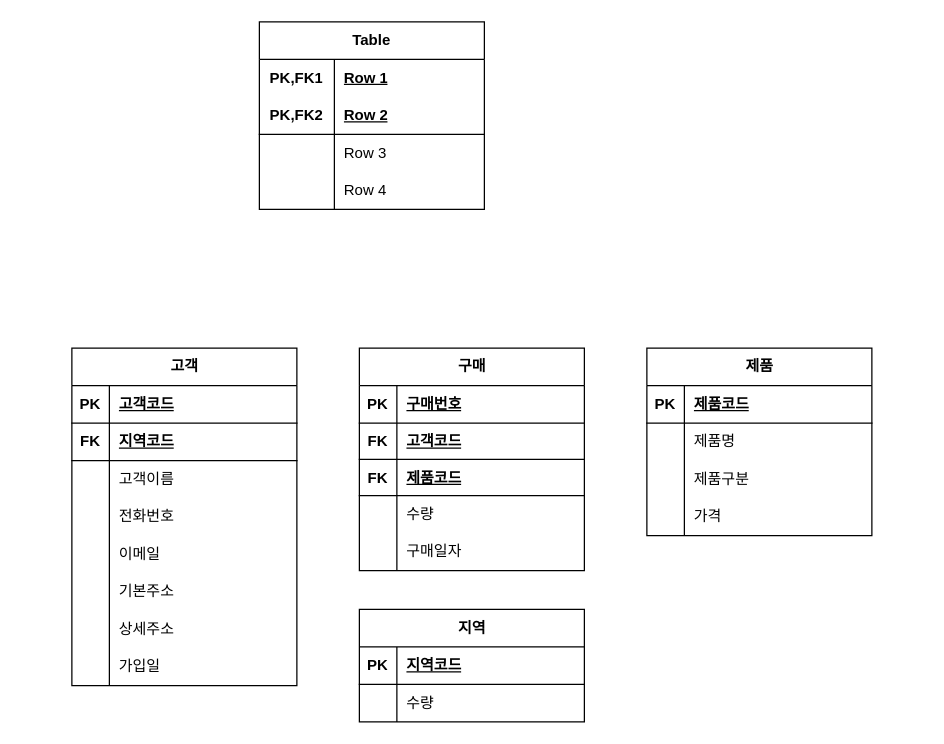
Above: page "페이지-2" (2 of 2) of 제목 없는 다이어그램.drawio in cyberghost1004/erd (draw.io), before the change. Source tidied: cells renumbered, new cells numbered last; positions are measured from the earlier drawing's top-left corner, leaving out a move shared by most shapes. Both pictures are drawn from the tidied source at 125%, with x=0, y=0 at pixel (71, 21).
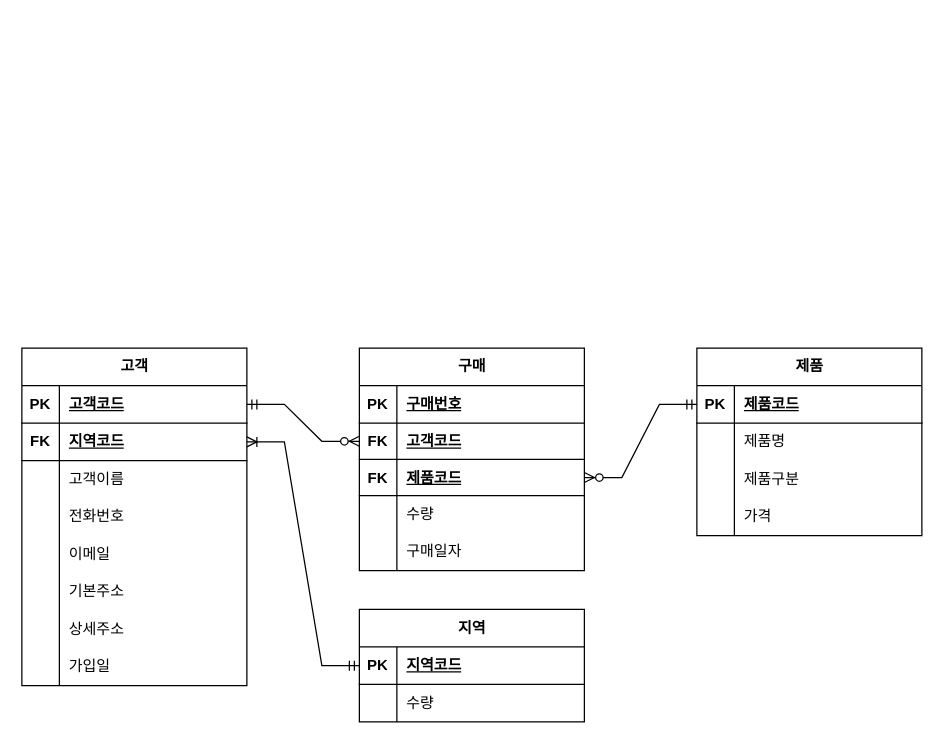
After the change.

Commit message:
제목 없는 다이어그램.drawio 업데이트 RM 3

The change refers to these unchanged cells:
```xml
<mxCell id="3" style="shape=tableRow;horizontal=0;startSize=0;swimlaneHead=0;swimlaneBody=0;fillColor=none;points=[[0,0.5],[1,0.5]];portConstraint=eastwest;top=0;left=0;right=0;bottom=1;strokeColor=default;" parent="2" vertex="1">
  <mxGeometry y="30" width="180" height="30" as="geometry" />
</mxCell>
<mxCell id="6" style="shape=tableRow;horizontal=0;startSize=0;swimlaneHead=0;swimlaneBody=0;fillColor=none;points=[[0,0.5],[1,0.5]];portConstraint=eastwest;top=0;left=0;right=0;bottom=1;" parent="2" vertex="1">
  <mxGeometry y="60" width="180" height="30" as="geometry" />
</mxCell>
<mxCell id="44" style="shape=tableRow;horizontal=0;startSize=0;swimlaneHead=0;swimlaneBody=0;fillColor=none;points=[[0,0.5],[1,0.5]];portConstraint=eastwest;top=0;left=0;right=0;bottom=1;" parent="40" vertex="1">
  <mxGeometry y="60" width="180" height="29" as="geometry" />
</mxCell>
<mxCell id="47" style="shape=tableRow;horizontal=0;startSize=0;swimlaneHead=0;swimlaneBody=0;fillColor=none;points=[[0,0.5],[1,0.5]];portConstraint=eastwest;top=0;left=0;right=0;bottom=1;" parent="40" vertex="1">
  <mxGeometry y="89" width="180" height="29" as="geometry" />
</mxCell>
<mxCell id="57" style="shape=tableRow;horizontal=0;startSize=0;swimlaneHead=0;swimlaneBody=0;fillColor=none;points=[[0,0.5],[1,0.5]];portConstraint=eastwest;top=0;left=0;right=0;bottom=1;" parent="56" vertex="1">
  <mxGeometry y="30" width="180" height="30" as="geometry" />
</mxCell>
<mxCell id="64" style="shape=tableRow;horizontal=0;startSize=0;swimlaneHead=0;swimlaneBody=0;fillColor=none;points=[[0,0.5],[1,0.5]];portConstraint=eastwest;top=0;left=0;right=0;bottom=1;" parent="63" vertex="1">
  <mxGeometry y="30" width="180" height="30" as="geometry" />
</mxCell>
```

Diff of the diagram source:
```diff
@@
     <mxCell id="2" value="고객" style="shape=table;startSize=30;childLayout=tableLayout;rowLines=0;fontStyle=1;align=center;html=1;" parent="1" vertex="1">
-      <mxGeometry y="261" width="180" height="270" as="geometry" />
+      <mxGeometry x="-40" y="261" width="180" height="270" as="geometry" />
     </mxCell>
@@
-    <mxCell id="27" value="Table" style="shape=table;startSize=30;childLayout=tableLayout;rowLines=0;fontStyle=1;align=center;html=1;whiteSpace=wrap;" parent="1" vertex="1">
-      <mxGeometry x="150" width="180" height="150" as="geometry" />
-    </mxCell>
-    <mxCell id="28" style="shape=tableRow;horizontal=0;startSize=0;swimlaneHead=0;swimlaneBody=0;fillColor=none;top=0;left=0;right=0;bottom=0;html=1;" parent="27" vertex="1">
-      <mxGeometry y="30" width="180" height="30" as="geometry" />
-    </mxCell>
-    <mxCell id="29" value="PK,FK1" style="shape=partialRectangle;fillColor=none;top=0;left=0;bottom=0;right=0;fontStyle=1;overflow=hidden;html=1;whiteSpace=wrap;" parent="28" vertex="1">
-      <mxGeometry width="60" height="30" as="geometry" />
-    </mxCell>
-    <mxCell id="30" value="Row 1" style="shape=partialRectangle;fillColor=none;top=0;left=0;bottom=0;right=0;align=left;spacingLeft=6;fontStyle=5;overflow=hidden;html=1;whiteSpace=wrap;" parent="28" vertex="1">
-      <mxGeometry x="60" width="120" height="30" as="geometry" />
-    </mxCell>
-    <mxCell id="31" style="shape=tableRow;horizontal=0;startSize=0;swimlaneHead=0;swimlaneBody=0;fillColor=none;top=0;left=0;right=0;bottom=1;html=1;" parent="27" vertex="1">
-      <mxGeometry y="60" width="180" height="30" as="geometry" />
-    </mxCell>
-    <mxCell id="32" value="PK,FK2" style="shape=partialRectangle;fillColor=none;top=0;left=0;bottom=0;right=0;fontStyle=1;overflow=hidden;html=1;whiteSpace=wrap;" parent="31" vertex="1">
-      <mxGeometry width="60" height="30" as="geometry" />
-    </mxCell>
-    <mxCell id="33" value="Row 2" style="shape=partialRectangle;fillColor=none;top=0;left=0;bottom=0;right=0;align=left;spacingLeft=6;fontStyle=5;overflow=hidden;html=1;whiteSpace=wrap;" parent="31" vertex="1">
-      <mxGeometry x="60" width="120" height="30" as="geometry" />
-    </mxCell>
-    <mxCell id="34" style="shape=tableRow;horizontal=0;startSize=0;swimlaneHead=0;swimlaneBody=0;fillColor=none;top=0;left=0;right=0;bottom=0;html=1;" parent="27" vertex="1">
-      <mxGeometry y="90" width="180" height="30" as="geometry" />
-    </mxCell>
-    <mxCell id="35" style="shape=partialRectangle;fillColor=none;top=0;left=0;bottom=0;right=0;overflow=hidden;html=1;whiteSpace=wrap;" parent="34" vertex="1">
-      <mxGeometry width="60" height="30" as="geometry" />
-    </mxCell>
-    <mxCell id="36" value="Row 3" style="shape=partialRectangle;fillColor=none;top=0;left=0;bottom=0;right=0;align=left;spacingLeft=6;overflow=hidden;html=1;whiteSpace=wrap;" parent="34" vertex="1">
-      <mxGeometry x="60" width="120" height="30" as="geometry" />
-    </mxCell>
-    <mxCell id="37" style="shape=tableRow;horizontal=0;startSize=0;swimlaneHead=0;swimlaneBody=0;fillColor=none;top=0;left=0;right=0;bottom=0;html=1;" parent="27" vertex="1">
-      <mxGeometry y="120" width="180" height="30" as="geometry" />
-    </mxCell>
-    <mxCell id="38" style="shape=partialRectangle;fillColor=none;top=0;left=0;bottom=0;right=0;overflow=hidden;html=1;whiteSpace=wrap;" parent="37" vertex="1">
-      <mxGeometry width="60" height="30" as="geometry" />
-    </mxCell>
-    <mxCell id="39" value="Row 4" style="shape=partialRectangle;fillColor=none;top=0;left=0;bottom=0;right=0;align=left;spacingLeft=6;overflow=hidden;html=1;whiteSpace=wrap;" parent="37" vertex="1">
-      <mxGeometry x="60" width="120" height="30" as="geometry" />
-    </mxCell>
@@
     <mxCell id="63" value="제품" style="shape=table;startSize=30;childLayout=tableLayout;rowLines=0;fontStyle=1;align=center;html=1;" parent="1" vertex="1">
-      <mxGeometry x="460" y="261" width="180" height="150" as="geometry" />
+      <mxGeometry x="500" y="261" width="180" height="150" as="geometry" />
     </mxCell>
@@
+    <mxCell id="76" style="edgeStyle=entityRelationEdgeStyle;fontSize=12;html=1;endArrow=ERzeroToMany;startArrow=ERmandOne;rounded=0;exitX=1;exitY=0.5;exitDx=0;exitDy=0;entryX=0;entryY=0.5;entryDx=0;entryDy=0;" parent="1" edge="1" source="3" target="44">
+      <mxGeometry relative="1" as="geometry" />
+    </mxCell>
+    <mxCell id="77" style="edgeStyle=entityRelationEdgeStyle;fontSize=12;html=1;endArrow=ERzeroToMany;startArrow=ERmandOne;rounded=0;exitX=0;exitY=0.5;exitDx=0;exitDy=0;entryX=1;entryY=0.5;entryDx=0;entryDy=0;" parent="1" edge="1" source="64" target="47">
+      <mxGeometry relative="1" as="geometry" />
+    </mxCell>
+    <mxCell id="78" style="edgeStyle=entityRelationEdgeStyle;fontSize=12;html=1;endArrow=ERoneToMany;startArrow=ERmandOne;rounded=0;exitX=0;exitY=0.5;exitDx=0;exitDy=0;entryX=1;entryY=0.5;entryDx=0;entryDy=0;" parent="1" edge="1" source="57" target="6">
+      <mxGeometry relative="1" as="geometry" />
+    </mxCell>
```
